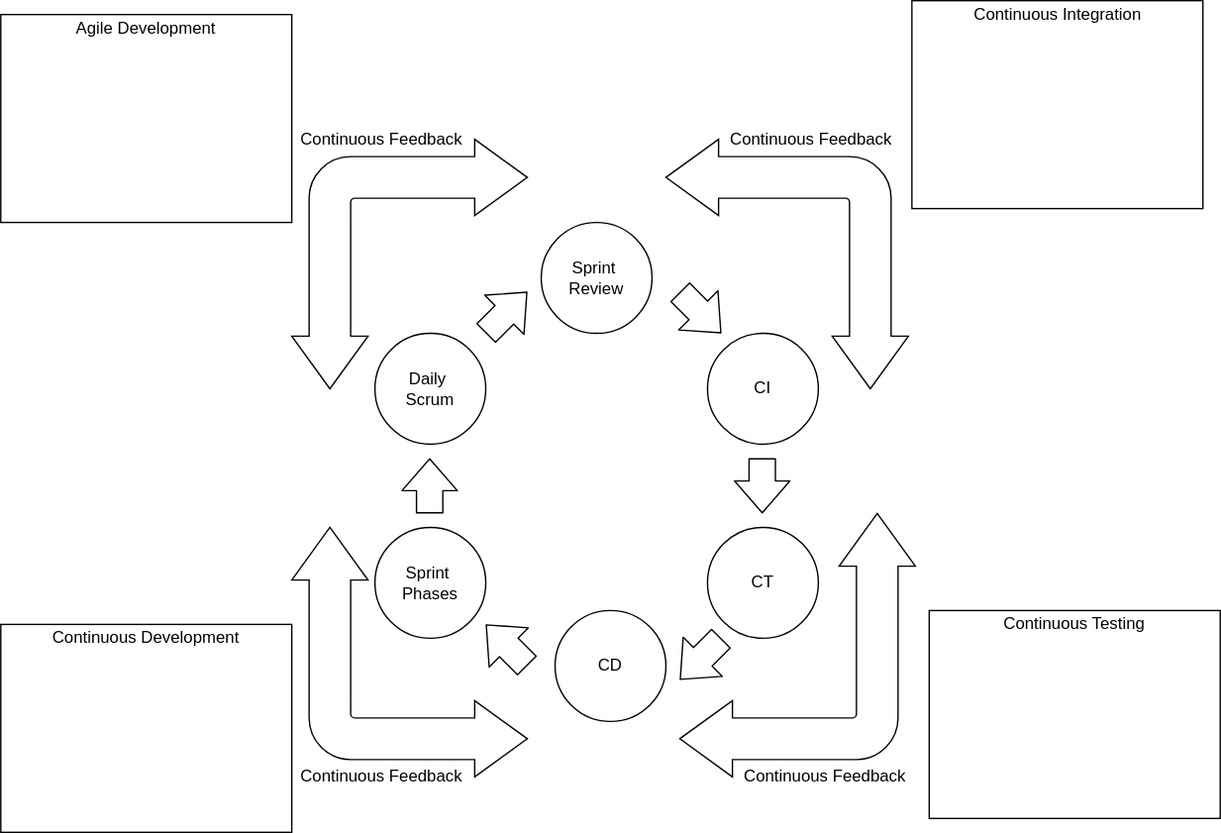
Above: method.svg in nadiaasrin/neddo (draw.io), before the change. Source tidied: cells renumbered, new cells last; positions are measured from the earlier drawing's top-left corner, leaving out a move shared by most shapes.
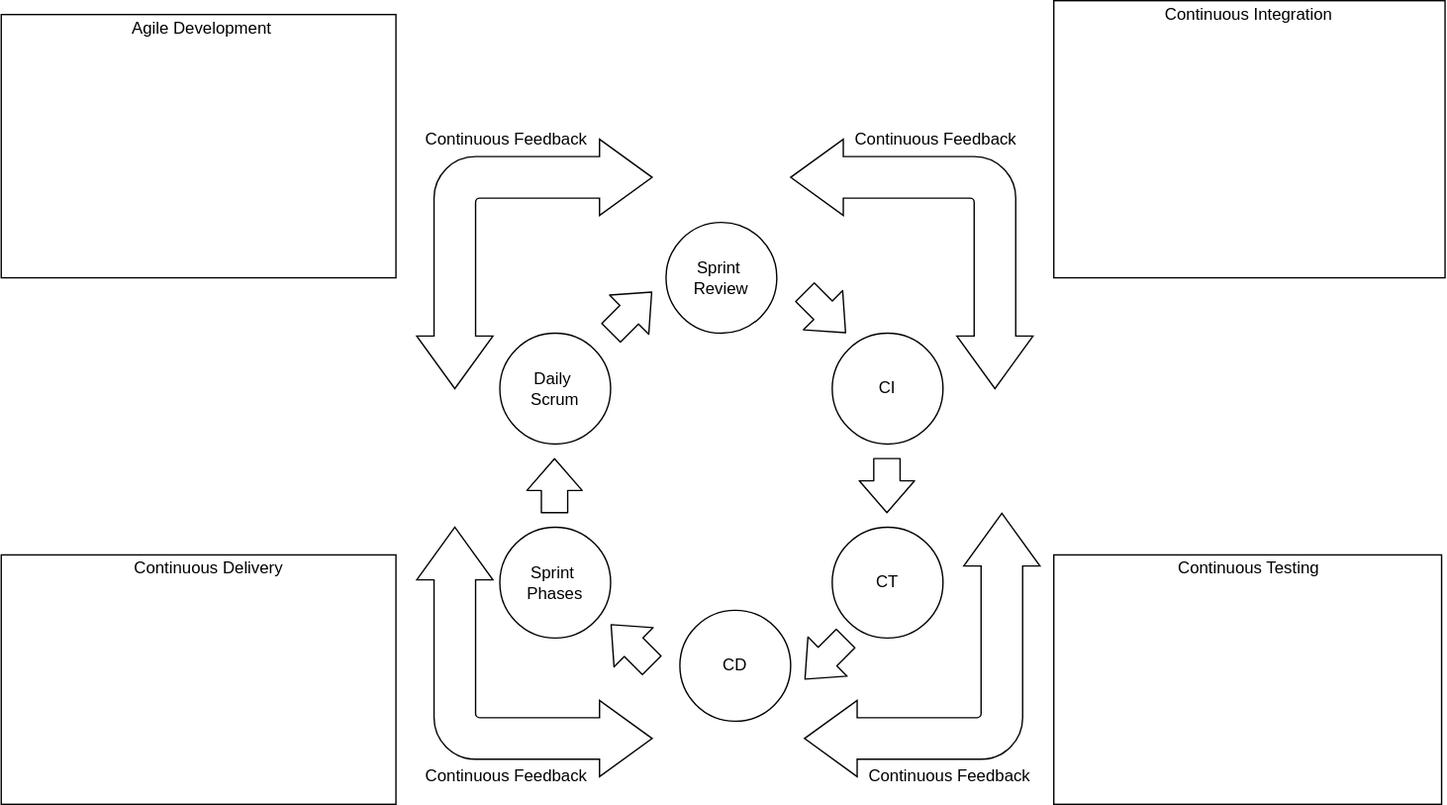
Later version of the same file.

The edit, as a diff of the source:
```diff
@@ -81,28 +81,28 @@
       <mxGeometry x="530" y="550" width="130" height="20" as="geometry" />
     </mxCell>
     <mxCell id="22" style="rounded=0;whiteSpace=wrap;html=1;" parent="1" vertex="1">
-      <mxGeometry y="10" width="210" height="150" as="geometry" />
+      <mxGeometry x="-90" y="10" width="285" height="190" as="geometry" />
     </mxCell>
     <mxCell id="23" style="rounded=0;whiteSpace=wrap;html=1;" parent="1" vertex="1">
-      <mxGeometry y="450" width="210" height="150" as="geometry" />
+      <mxGeometry x="-90" y="400" width="285" height="180" as="geometry" />
     </mxCell>
     <mxCell id="24" style="rounded=0;whiteSpace=wrap;html=1;" parent="1" vertex="1">
-      <mxGeometry x="657.5" width="210" height="150" as="geometry" />
+      <mxGeometry x="670" width="282.5" height="200" as="geometry" />
     </mxCell>
     <mxCell id="25" style="rounded=0;whiteSpace=wrap;html=1;" parent="1" vertex="1">
-      <mxGeometry x="670" y="440" width="210" height="150" as="geometry" />
+      <mxGeometry x="670" y="400" width="280" height="180" as="geometry" />
     </mxCell>
     <mxCell id="26" value="Agile Development" style="text;html=1;strokeColor=none;fillColor=none;align=center;verticalAlign=middle;whiteSpace=wrap;rounded=0;" parent="1" vertex="1">
-      <mxGeometry x="40" y="10" width="130" height="20" as="geometry" />
+      <mxGeometry x="-10" y="10" width="130" height="20" as="geometry" />
     </mxCell>
     <mxCell id="27" value="Continuous Integration" style="text;html=1;strokeColor=none;fillColor=none;align=center;verticalAlign=middle;whiteSpace=wrap;rounded=0;" parent="1" vertex="1">
-      <mxGeometry x="697.5" width="130" height="20" as="geometry" />
+      <mxGeometry x="746.2" width="130" height="20" as="geometry" />
     </mxCell>
     <mxCell id="28" value="Continuous Testing&lt;span style=&quot;color: rgba(0 , 0 , 0 , 0) ; font-family: monospace ; font-size: 0px&quot;&gt;%3CmxGraphModel%3E%3Croot%3E%3CmxCell%20id%3D%220%22%2F%3E%3CmxCell%20id%3D%221%22%20parent%3D%220%22%2F%3E%3CmxCell%20id%3D%222%22%20value%3D%22Continuous%20Integration%22%20style%3D%22text%3Bhtml%3D1%3BstrokeColor%3Dnone%3BfillColor%3Dnone%3Balign%3Dcenter%3BverticalAlign%3Dmiddle%3BwhiteSpace%3Dwrap%3Brounded%3D0%3B%22%20vertex%3D%221%22%20parent%3D%221%22%3E%3CmxGeometry%20x%3D%22707.5%22%20y%3D%2240%22%20width%3D%22130%22%20height%3D%2220%22%20as%3D%22geometry%22%2F%3E%3C%2FmxCell%3E%3C%2Froot%3E%3C%2FmxGraphModel%3E&lt;/span&gt;" style="text;html=1;strokeColor=none;fillColor=none;align=center;verticalAlign=middle;whiteSpace=wrap;rounded=0;" parent="1" vertex="1">
-      <mxGeometry x="710" y="440" width="130" height="20" as="geometry" />
+      <mxGeometry x="746.2" y="400" width="130" height="20" as="geometry" />
     </mxCell>
-    <mxCell id="29" value="Continuous Development" style="text;html=1;strokeColor=none;fillColor=none;align=center;verticalAlign=middle;whiteSpace=wrap;rounded=0;" parent="1" vertex="1">
-      <mxGeometry x="35" y="450" width="140" height="20" as="geometry" />
+    <mxCell id="29" value="Continuous Delivery" style="text;html=1;strokeColor=none;fillColor=none;align=center;verticalAlign=middle;whiteSpace=wrap;rounded=0;" parent="1" vertex="1">
+      <mxGeometry x="-10" y="400" width="140" height="20" as="geometry" />
     </mxCell>
   </root>
 </mxGraphModel>
```
